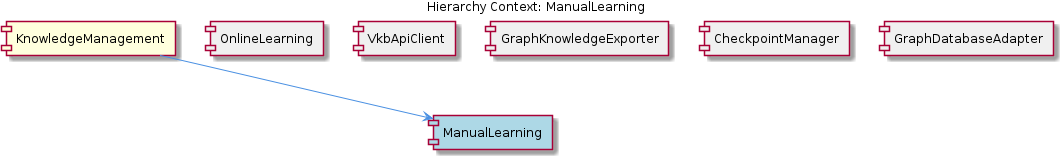
Earlier version of the PlantUML export knowledge-management/insights/images/manual-learning-relationship.png (fwornle/coding). Its source is kept beside it as .data/knowledge-graph/insights/puml/manual-learning-relationship.puml.
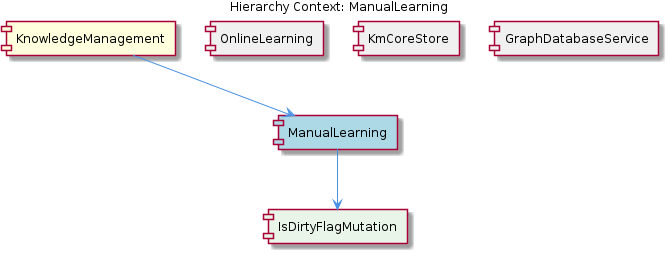
Later version of the same file.

Diff of the diagram source:
```diff
@@ -6,16 +6,14 @@
 [KnowledgeManagement] as knowledge_management #FFFFDD
 [ManualLearning] as manual_learning #LightBlue
 [OnlineLearning] as online_learning #F0F0F0
-[VkbApiClient] as vkb_api_client #F0F0F0
-[GraphKnowledgeExporter] as graph_knowledge_exporter #F0F0F0
-[CheckpointManager] as checkpoint_manager #F0F0F0
-[GraphDatabaseAdapter] as graph_database_adapter #F0F0F0
+[KmCoreStore] as km_core_store #F0F0F0
+[GraphDatabaseService] as graph_database_service #F0F0F0
+[IsDirtyFlagMutation] as is_dirty_flag_mutation #E8F5E8
 
 knowledge_management --> manual_learning
 online_learning -[hidden]- manual_learning
-vkb_api_client -[hidden]- manual_learning
-graph_knowledge_exporter -[hidden]- manual_learning
-checkpoint_manager -[hidden]- manual_learning
-graph_database_adapter -[hidden]- manual_learning
+km_core_store -[hidden]- manual_learning
+graph_database_service -[hidden]- manual_learning
+manual_learning --> is_dirty_flag_mutation
 
 @enduml
```
